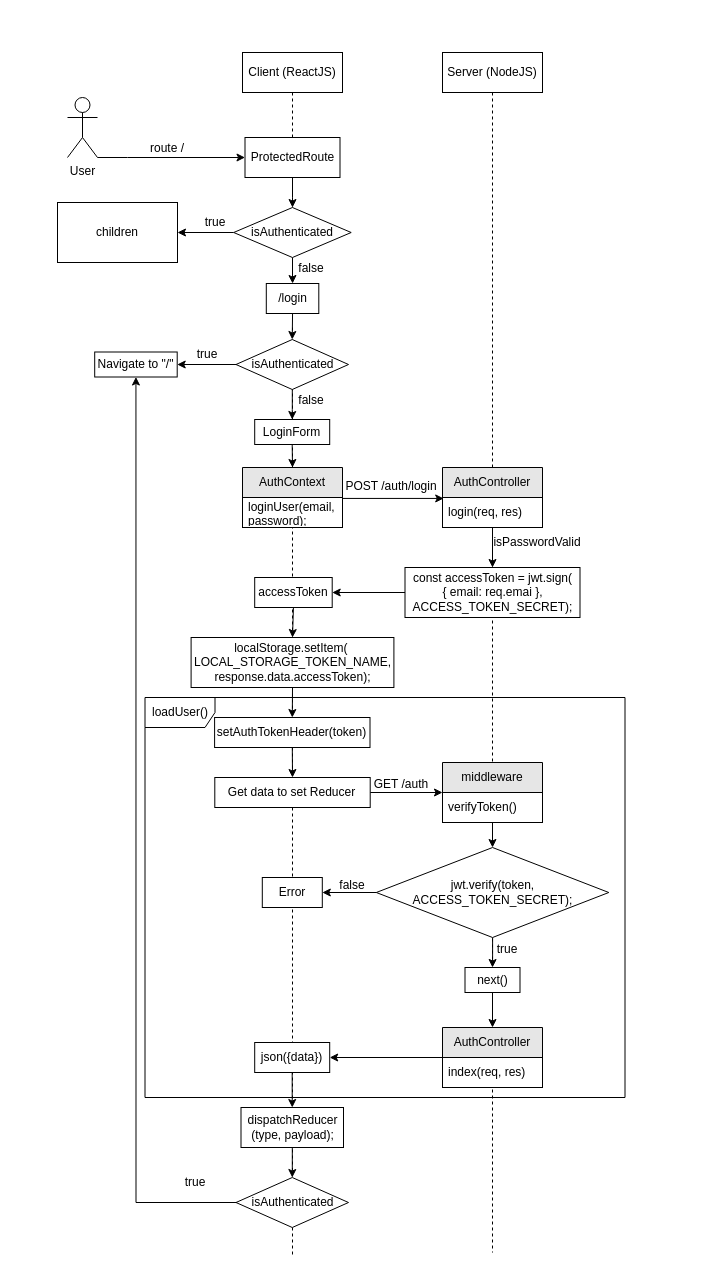
Above: page "Auth" (4 of 5) of system_design/Portfolio_Management_Tracker_Charts.drawio in khanhnq1406/Investment_Portfolio_Tracker (draw.io), before the change. Source tidied: cells renumbered, new cells numbered last; positions are measured from the earlier drawing's top-left corner, leaving out a move shared by most shapes. Both pictures are drawn from the tidied source at 100%, with x=0, y=0 at pixel (57, 52).
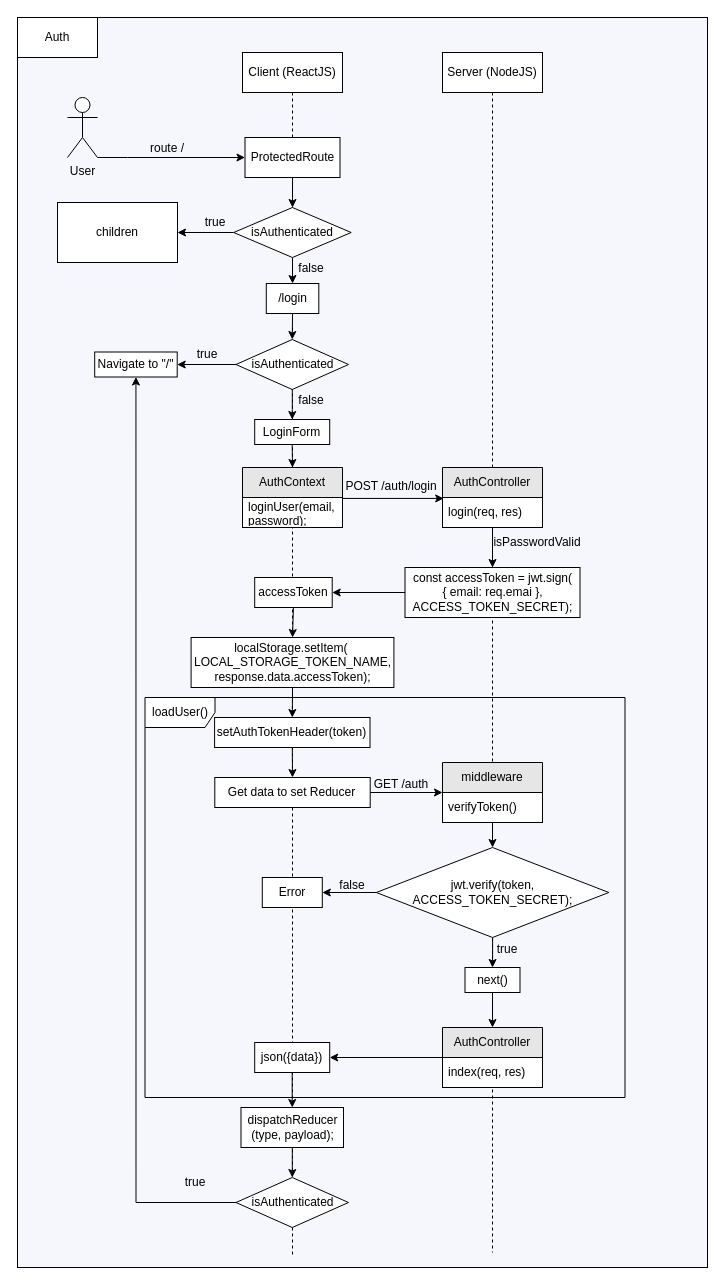
Above is the later version.

Change to the diagram source:
```diff
@@
+    <mxCell id="70" style="rounded=0;whiteSpace=wrap;html=1;labelBackgroundColor=none;labelBorderColor=none;textShadow=0;fillColor=#f5f7fd;" parent="1" vertex="1">
+      <mxGeometry x="-40" y="-35" width="690" height="1250" as="geometry" />
+    </mxCell>
@@
+    <mxCell id="71" value="Auth" style="rounded=0;whiteSpace=wrap;html=1;" parent="1" vertex="1">
+      <mxGeometry x="-40" y="-35" width="80" height="40" as="geometry" />
+    </mxCell>
```
